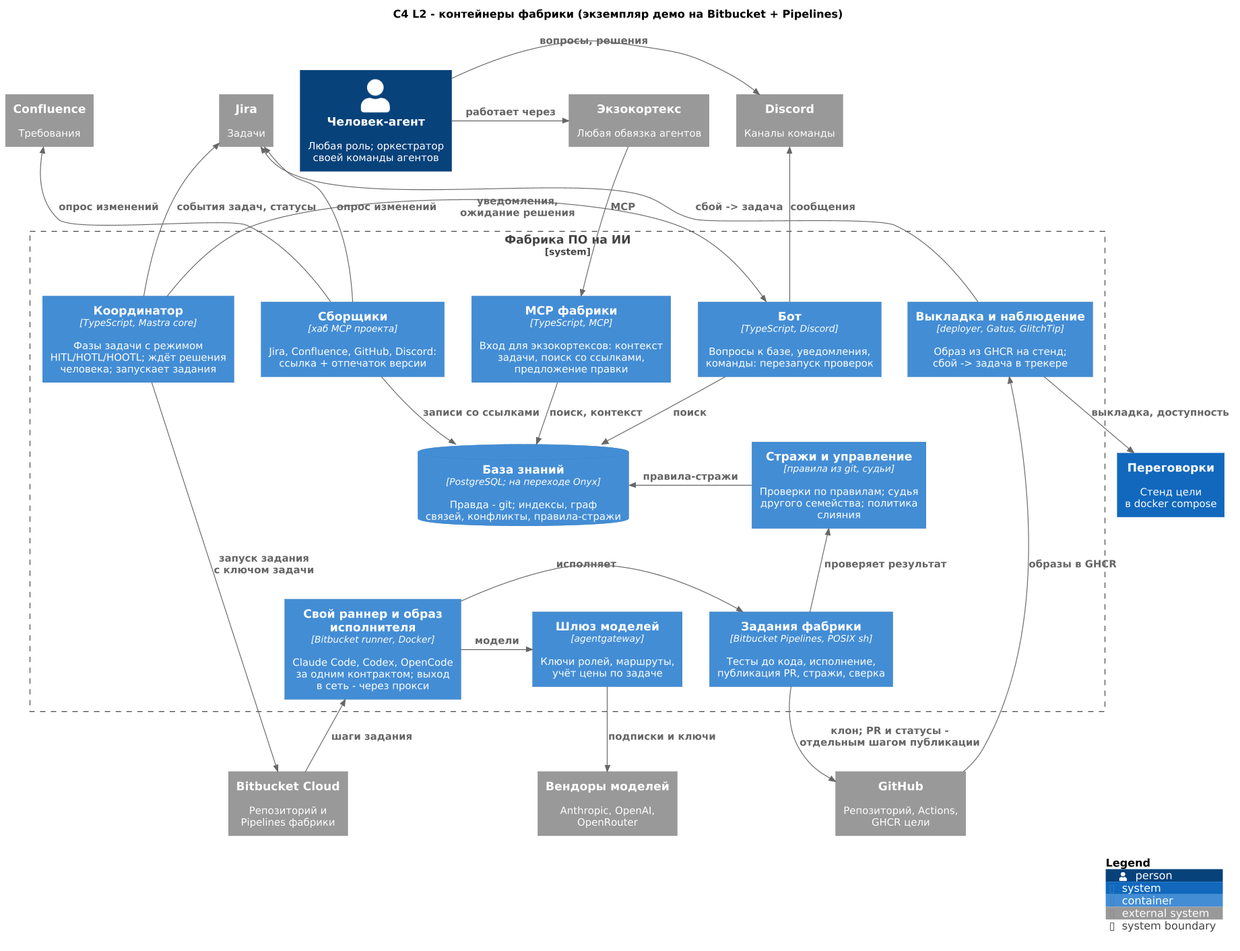
ypolosov/ai-factory keeps this PlantUML diagram as docs/demo/diagrams/c4-l2-factory.png. Above is the earlier version.
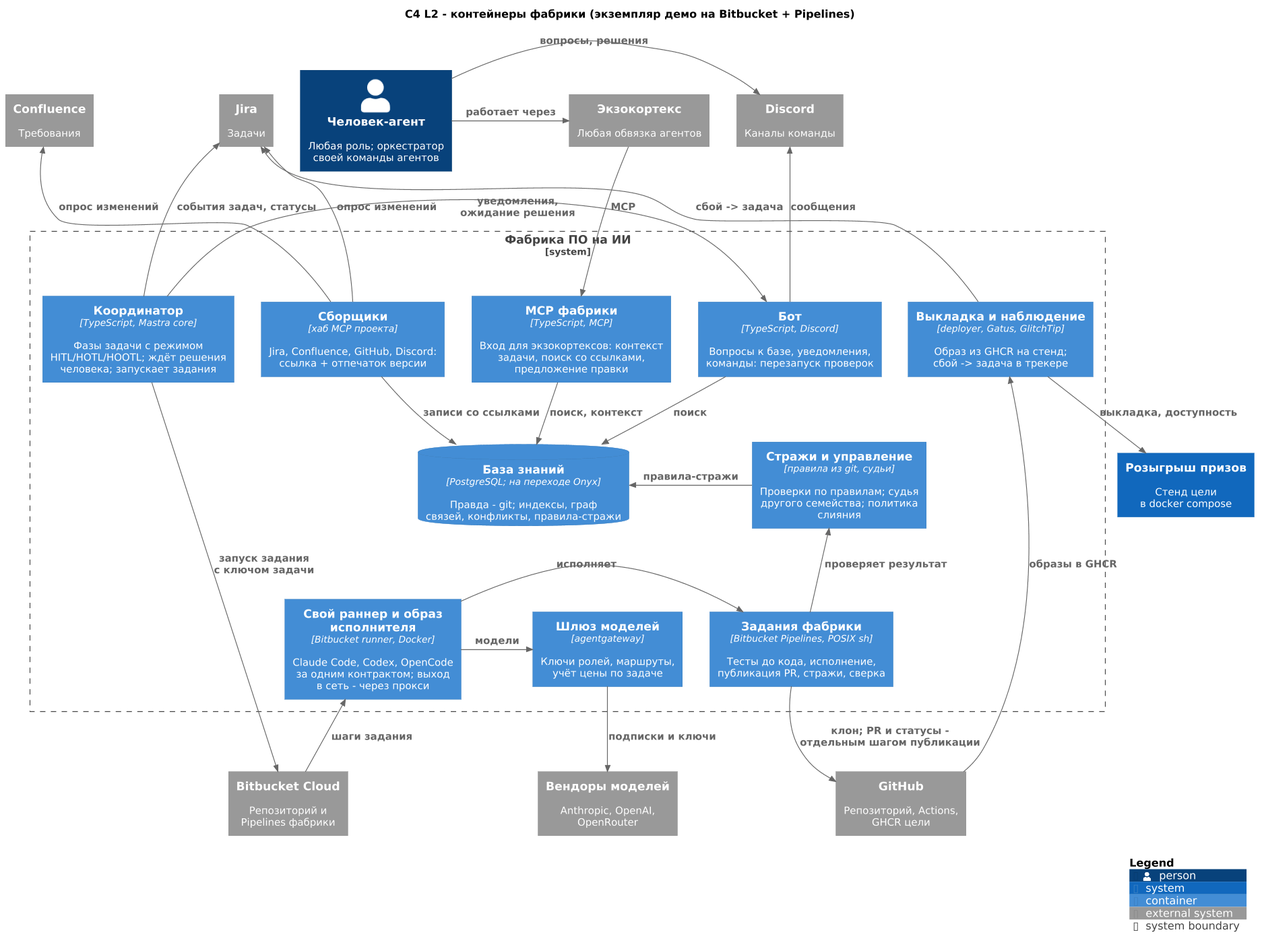
After the commit.

Diff of the diagram source:
```diff
@@ -26,7 +26,7 @@
 System_Ext(bb, "Bitbucket Cloud", "Репозиторий и\nPipelines фабрики")
 System_Ext(gh, "GitHub", "Репозиторий, Actions,\nGHCR цели")
 System_Ext(llm, "Вендоры моделей", "Anthropic, OpenAI,\nOpenRouter")
-System(target, "Переговорки", "Стенд цели\nв docker compose")
+System(target, "Розыгрыш призов", "Стенд цели\nв docker compose")
 
 
 Rel_R(human, exo, "работает через")
```
